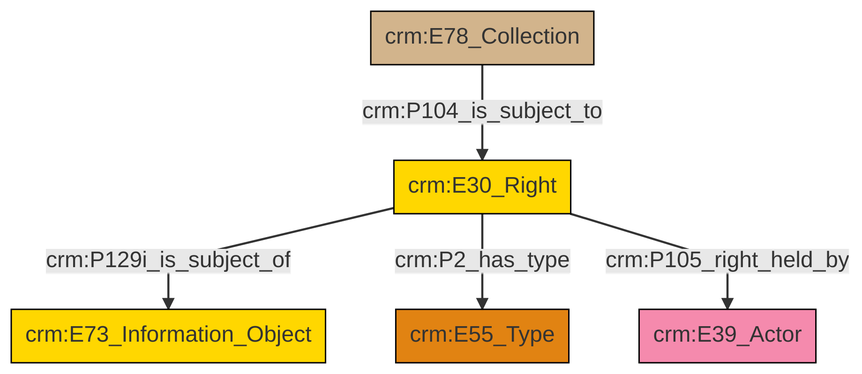
swiss-art-research-net/docs.swissartresearch keeps this Mermaid diagram as et/archivalCSV/ttl/mmd/png/archival_rights.png. Above is the earlier version. Its source is kept beside it as et/archivalCSV/ttl/mmd/archival_rights.ttl.mmd.
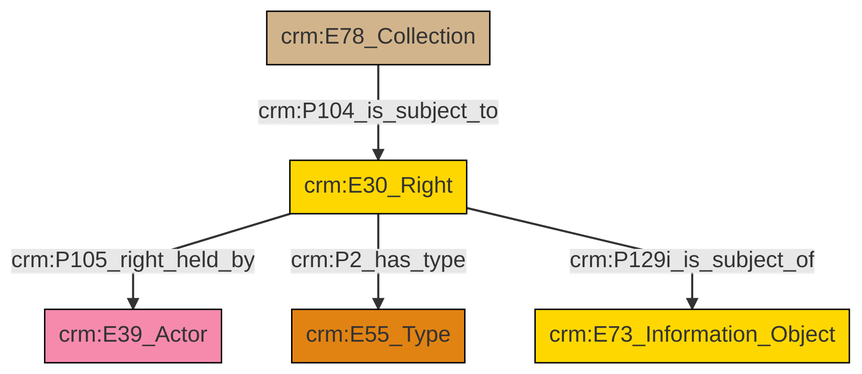
Later version of the same file.

What changed in the source:
```diff
@@ -13,7 +13,7 @@
 classDef PC_Classes fill:#4ce600, stroke:#000000;
 classDef Multi fill:#cccccc,stroke:#000000;
 
-0["crm:E78_Collection"]:::Physical_Thing -->|crm:P104_is_subject_to| 1["crm:E30_Right"]:::Conceptual_Object
-1["crm:E30_Right"]:::Conceptual_Object -->|crm:P129i_is_subject_of| 3["crm:E73_Information_Object"]:::Conceptual_Object
-1["crm:E30_Right"]:::Conceptual_Object -->|crm:P2_has_type| 8["crm:E55_Type"]:::Type
-1["crm:E30_Right"]:::Conceptual_Object -->|crm:P105_right_held_by| 5["crm:E39_Actor"]:::Actor
+4["crm:E78_Collection"]:::Physical_Thing -->|crm:P104_is_subject_to| 2["crm:E30_Right"]:::Conceptual_Object
+2["crm:E30_Right"]:::Conceptual_Object -->|crm:P105_right_held_by| 5["crm:E39_Actor"]:::Actor
+2["crm:E30_Right"]:::Conceptual_Object -->|crm:P2_has_type| 6["crm:E55_Type"]:::Type
+2["crm:E30_Right"]:::Conceptual_Object -->|crm:P129i_is_subject_of| 0["crm:E73_Information_Object"]:::Conceptual_Object
```
